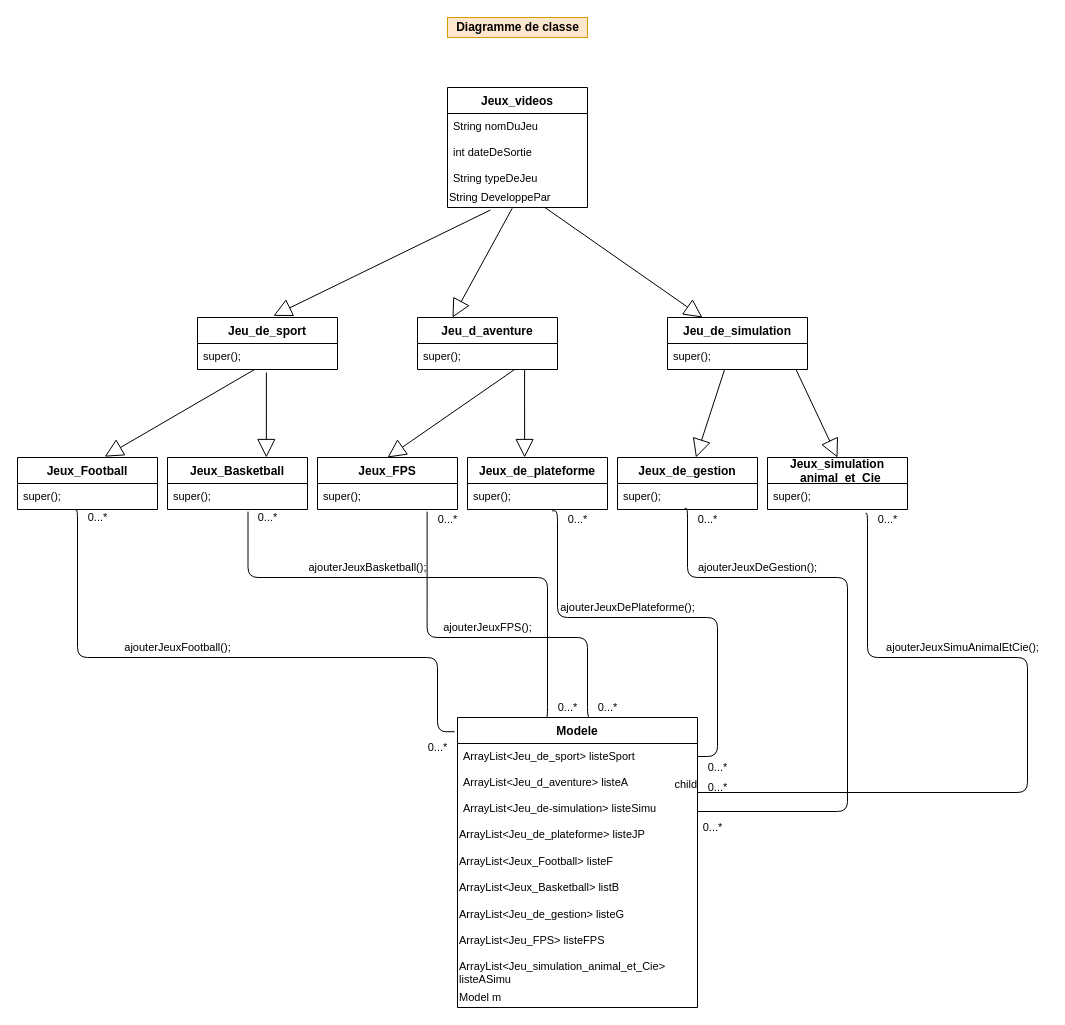
Above: page "Page-6" (4 of 4) of IHM (3).drawio in steven-azar/IHM (draw.io), before the change. Source tidied: cells renumbered, new cells numbered last; positions are measured from the earlier drawing's top-left corner, leaving out a move shared by most shapes. Both pictures are drawn from the tidied source at 100%, with x=0, y=0 at pixel (17, 17).
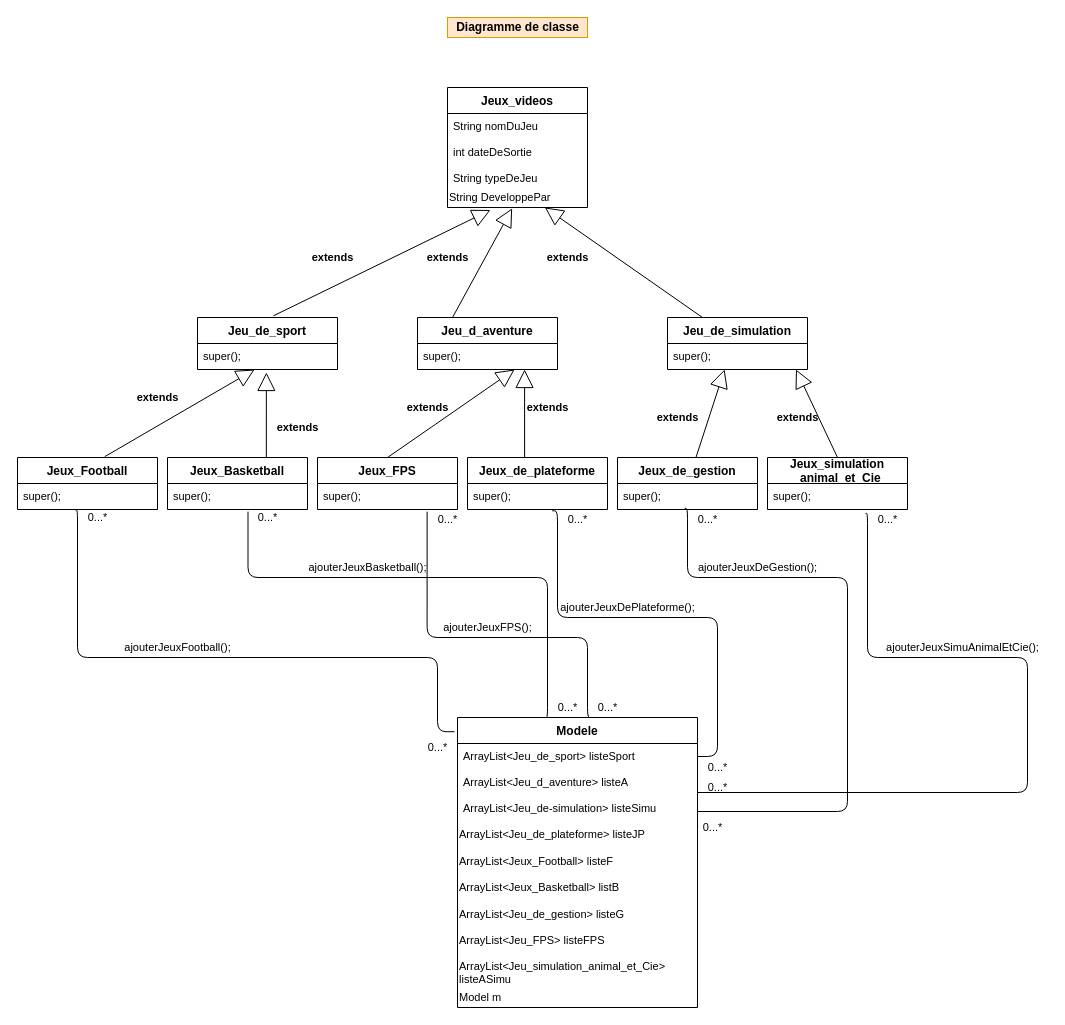
The same page after the edit.

Unchanged cells that the change refers to:
```xml
<mxCell id="7" value="&lt;font style=&quot;font-size: 11px&quot;&gt;String DeveloppePar&lt;/font&gt;" style="text;html=1;strokeColor=none;fillColor=none;align=left;verticalAlign=middle;whiteSpace=wrap;rounded=0;" parent="3" vertex="1">
  <mxGeometry y="100" width="140" height="20" as="geometry" />
</mxCell>
<mxCell id="8" value="Jeu_de_sport" style="swimlane;fontStyle=1;horizontal=1;startSize=26;fillColor=none;" parent="1" vertex="1">
  <mxGeometry x="180" y="300" width="140" height="52" as="geometry" />
</mxCell>
<mxCell id="9" value="super();" style="text;strokeColor=none;fillColor=none;align=left;verticalAlign=top;spacingLeft=4;spacingRight=4;overflow=hidden;points=[[0,0.5],[1,0.5]];portConstraint=eastwest;fontSize=11;" parent="8" vertex="1">
  <mxGeometry y="26" width="140" height="26" as="geometry" />
</mxCell>
<mxCell id="11" value="Jeu_d_aventure" style="swimlane;fontStyle=1;horizontal=1;startSize=26;fillColor=none;" parent="1" vertex="1">
  <mxGeometry x="400" y="300" width="140" height="52" as="geometry" />
</mxCell>
<mxCell id="15" value="Jeu_de_simulation" style="swimlane;fontStyle=1;horizontal=1;startSize=26;fillColor=none;" parent="1" vertex="1">
  <mxGeometry x="650" y="300" width="140" height="52" as="geometry" />
</mxCell>
<mxCell id="23" value="Jeux_Football" style="swimlane;fontStyle=1;horizontal=1;startSize=26;fillColor=none;" parent="1" vertex="1">
  <mxGeometry y="440" width="140" height="52" as="geometry" />
</mxCell>
<mxCell id="25" value="Jeux_Basketball" style="swimlane;fontStyle=1;horizontal=1;startSize=26;fillColor=none;" parent="1" vertex="1">
  <mxGeometry x="150" y="440" width="140" height="52" as="geometry" />
</mxCell>
<mxCell id="27" value="Jeux_FPS" style="swimlane;fontStyle=1;horizontal=1;startSize=26;fillColor=none;" parent="1" vertex="1">
  <mxGeometry x="300" y="440" width="140" height="52" as="geometry" />
</mxCell>
<mxCell id="29" value="Jeux_de_plateforme" style="swimlane;fontStyle=1;horizontal=1;startSize=26;fillColor=none;" parent="1" vertex="1">
  <mxGeometry x="450" y="440" width="140" height="52" as="geometry" />
</mxCell>
<mxCell id="31" value="Jeux_de_gestion" style="swimlane;fontStyle=1;horizontal=1;startSize=26;fillColor=none;" parent="1" vertex="1">
  <mxGeometry x="600" y="440" width="140" height="52" as="geometry" />
</mxCell>
<mxCell id="33" value="Jeux_simulation&#10;_animal_et_Cie" style="swimlane;fontStyle=1;horizontal=1;startSize=26;fillColor=none;" parent="1" vertex="1">
  <mxGeometry x="750" y="440" width="140" height="52" as="geometry" />
</mxCell>
<mxCell id="61" style="endArrow=none;html=1;edgeStyle=orthogonalEdgeStyle;fontSize=11;exitX=0.7;exitY=1.147;exitDx=0;exitDy=0;exitPerimeter=0;entryX=0.999;entryY=0.885;entryDx=0;entryDy=0;entryPerimeter=0;" parent="1" edge="1" source="34" target="19">
  <mxGeometry relative="1" as="geometry">
    <Array as="points">
      <mxPoint x="850" y="496" />
      <mxPoint x="850" y="640" />
      <mxPoint x="1010" y="640" />
      <mxPoint x="1010" y="775" />
    </Array>
  </mxGeometry>
</mxCell>
```

Change to the diagram source:
```diff
@@
-    <mxCell id="10" style="endArrow=block;endSize=16;endFill=0;html=1;fontSize=11;exitX=0.307;exitY=1.125;exitDx=0;exitDy=0;exitPerimeter=0;entryX=0.542;entryY=-0.032;entryDx=0;entryDy=0;entryPerimeter=0;" parent="1" edge="1" source="7" target="8">
+    <mxCell id="10" style="endArrow=block;endSize=16;endFill=0;html=1;fontSize=11;exitX=0.542;exitY=-0.032;exitDx=0;exitDy=0;exitPerimeter=0;entryX=0.307;entryY=1.125;entryDx=0;entryDy=0;entryPerimeter=0;" parent="1" edge="1" source="8" target="7">
       <mxGeometry relative="1" as="geometry" />
     </mxCell>
@@
-    <mxCell id="13" style="endArrow=block;endSize=16;endFill=0;html=1;fontSize=11;entryX=0.25;entryY=0;entryDx=0;entryDy=0;exitX=0.462;exitY=1.042;exitDx=0;exitDy=0;exitPerimeter=0;" parent="1" edge="1" source="7" target="11">
+    <mxCell id="13" style="endArrow=block;endSize=16;endFill=0;html=1;fontSize=11;entryX=0.462;entryY=1.042;entryDx=0;entryDy=0;exitX=0.25;exitY=0;exitDx=0;exitDy=0;entryPerimeter=0;" parent="1" edge="1" source="11" target="7">
       <mxGeometry relative="1" as="geometry" />
     </mxCell>
-    <mxCell id="14" style="endArrow=block;endSize=16;endFill=0;html=1;fontSize=11;exitX=0.452;exitY=1.167;exitDx=0;exitDy=0;exitPerimeter=0;entryX=0.25;entryY=0;entryDx=0;entryDy=0;" parent="1" edge="1" target="15">
+    <mxCell id="14" style="endArrow=block;endSize=16;endFill=0;html=1;fontSize=11;exitX=0.25;exitY=0;exitDx=0;exitDy=0;entryX=0.25;entryY=0;entryDx=0;entryDy=0;" parent="1" edge="1" source="15">
       <mxGeometry relative="1" as="geometry">
-        <mxPoint x="527.4" y="190" as="sourcePoint" />
+        <mxPoint x="527.4" y="190" as="targetPoint" />
       </mxGeometry>
     </mxCell>
@@
-    <mxCell id="35" style="endArrow=block;endSize=16;endFill=0;html=1;fontSize=11;exitX=0.307;exitY=1.125;exitDx=0;exitDy=0;exitPerimeter=0;entryX=0.623;entryY=-0.016;entryDx=0;entryDy=0;entryPerimeter=0;" parent="1" edge="1" target="23">
+    <mxCell id="35" style="endArrow=block;endSize=16;endFill=0;html=1;fontSize=11;exitX=0.623;exitY=-0.016;exitDx=0;exitDy=0;exitPerimeter=0;entryX=0.623;entryY=-0.016;entryDx=0;entryDy=0;entryPerimeter=0;" parent="1" edge="1" source="23">
       <mxGeometry relative="1" as="geometry">
-        <mxPoint x="237.1" y="352" as="sourcePoint" />
+        <mxPoint x="237.1" y="352" as="targetPoint" />
       </mxGeometry>
     </mxCell>
-    <mxCell id="36" style="endArrow=block;endSize=16;endFill=0;html=1;fontSize=11;exitX=0.492;exitY=1.115;exitDx=0;exitDy=0;exitPerimeter=0;entryX=0.706;entryY=0;entryDx=0;entryDy=0;entryPerimeter=0;" parent="1" edge="1" source="9" target="25">
+    <mxCell id="36" style="endArrow=block;endSize=16;endFill=0;html=1;fontSize=11;exitX=0.706;exitY=0;exitDx=0;exitDy=0;exitPerimeter=0;entryX=0.492;entryY=1.115;entryDx=0;entryDy=0;entryPerimeter=0;" parent="1" edge="1" source="25" target="9">
       <mxGeometry relative="1" as="geometry" />
     </mxCell>
-    <mxCell id="37" style="endArrow=block;endSize=16;endFill=0;html=1;fontSize=11;exitX=0.307;exitY=1.125;exitDx=0;exitDy=0;exitPerimeter=0;entryX=0.5;entryY=0;entryDx=0;entryDy=0;" parent="1" edge="1" target="27">
+    <mxCell id="37" style="endArrow=block;endSize=16;endFill=0;html=1;fontSize=11;exitX=0.5;exitY=0;exitDx=0;exitDy=0;entryX=0.5;entryY=0;entryDx=0;entryDy=0;" parent="1" edge="1" source="27">
       <mxGeometry relative="1" as="geometry">
-        <mxPoint x="497.1" y="352" as="sourcePoint" />
+        <mxPoint x="497.1" y="352" as="targetPoint" />
       </mxGeometry>
     </mxCell>
-    <mxCell id="38" style="endArrow=block;endSize=16;endFill=0;html=1;fontSize=11;exitX=0.307;exitY=1.125;exitDx=0;exitDy=0;exitPerimeter=0;entryX=0.408;entryY=0;entryDx=0;entryDy=0;entryPerimeter=0;" parent="1" edge="1" target="29">
+    <mxCell id="38" style="endArrow=block;endSize=16;endFill=0;html=1;fontSize=11;exitX=0.408;exitY=0;exitDx=0;exitDy=0;exitPerimeter=0;entryX=0.408;entryY=0;entryDx=0;entryDy=0;entryPerimeter=0;" parent="1" edge="1" source="29">
       <mxGeometry relative="1" as="geometry">
-        <mxPoint x="507.1" y="352" as="sourcePoint" />
+        <mxPoint x="507.1" y="352" as="targetPoint" />
       </mxGeometry>
     </mxCell>
-    <mxCell id="39" style="endArrow=block;endSize=16;endFill=0;html=1;fontSize=11;exitX=0.307;exitY=1.125;exitDx=0;exitDy=0;exitPerimeter=0;" parent="1" edge="1" target="31">
+    <mxCell id="39" style="endArrow=block;endSize=16;endFill=0;html=1;fontSize=11;" parent="1" edge="1" source="31">
       <mxGeometry relative="1" as="geometry">
-        <mxPoint x="707.1" y="352" as="sourcePoint" />
+        <mxPoint x="707.1" y="352" as="targetPoint" />
       </mxGeometry>
     </mxCell>
-    <mxCell id="40" style="endArrow=block;endSize=16;endFill=0;html=1;fontSize=11;exitX=0.307;exitY=1.125;exitDx=0;exitDy=0;exitPerimeter=0;entryX=0.5;entryY=0;entryDx=0;entryDy=0;" parent="1" edge="1" target="33">
+    <mxCell id="40" style="endArrow=block;endSize=16;endFill=0;html=1;fontSize=11;exitX=0.5;exitY=0;exitDx=0;exitDy=0;entryX=0.5;entryY=0;entryDx=0;entryDy=0;" parent="1" edge="1" source="33">
       <mxGeometry relative="1" as="geometry">
-        <mxPoint x="778.5" y="352" as="sourcePoint" />
+        <mxPoint x="778.5" y="352" as="targetPoint" />
       </mxGeometry>
     </mxCell>
@@
-    <mxCell id="62" value="child" style="edgeLabel;html=1;align=right;verticalAlign=bottom;" parent="61" vertex="1">
-      <mxGeometry x="1" relative="1" as="geometry" />
-    </mxCell>
@@
+    <mxCell id="66" value="&lt;b&gt;extends&lt;/b&gt;" style="text;html=1;align=center;verticalAlign=middle;fontSize=11;" parent="1" vertex="1">
+      <mxGeometry x="110" y="370" width="60" height="20" as="geometry" />
+    </mxCell>
+    <mxCell id="67" value="&lt;b&gt;extends&lt;/b&gt;" style="text;html=1;align=center;verticalAlign=middle;fontSize=11;" parent="1" vertex="1">
+      <mxGeometry x="250" y="400" width="60" height="20" as="geometry" />
+    </mxCell>
+    <mxCell id="68" value="&lt;b&gt;extends&lt;/b&gt;" style="text;html=1;align=center;verticalAlign=middle;fontSize=11;" parent="1" vertex="1">
+      <mxGeometry x="380" y="380" width="60" height="20" as="geometry" />
+    </mxCell>
+    <mxCell id="69" value="&lt;b&gt;extends&lt;/b&gt;" style="text;html=1;align=center;verticalAlign=middle;fontSize=11;" parent="1" vertex="1">
+      <mxGeometry x="500" y="380" width="60" height="20" as="geometry" />
+    </mxCell>
+    <mxCell id="70" value="&lt;b&gt;extends&lt;/b&gt;" style="text;html=1;align=center;verticalAlign=middle;fontSize=11;" parent="1" vertex="1">
+      <mxGeometry x="630" y="390" width="60" height="20" as="geometry" />
+    </mxCell>
+    <mxCell id="71" value="&lt;b&gt;extends&lt;/b&gt;" style="text;html=1;align=center;verticalAlign=middle;fontSize=11;" parent="1" vertex="1">
+      <mxGeometry x="750" y="390" width="60" height="20" as="geometry" />
+    </mxCell>
+    <mxCell id="72" value="&lt;b&gt;extends&lt;/b&gt;" style="text;html=1;align=center;verticalAlign=middle;fontSize=11;" parent="1" vertex="1">
+      <mxGeometry x="285" y="230" width="60" height="20" as="geometry" />
+    </mxCell>
+    <mxCell id="73" value="&lt;b&gt;extends&lt;/b&gt;" style="text;html=1;align=center;verticalAlign=middle;fontSize=11;" parent="1" vertex="1">
+      <mxGeometry x="400" y="230" width="60" height="20" as="geometry" />
+    </mxCell>
+    <mxCell id="74" value="&lt;b&gt;extends&lt;/b&gt;" style="text;html=1;align=center;verticalAlign=middle;fontSize=11;" parent="1" vertex="1">
+      <mxGeometry x="520" y="230" width="60" height="20" as="geometry" />
+    </mxCell>
```
